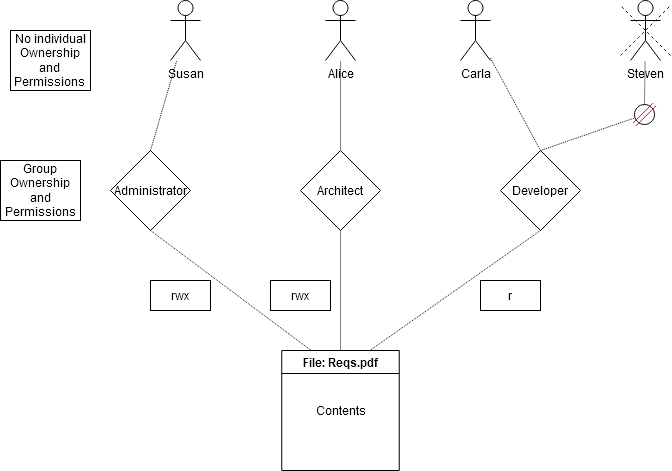
Before: Linux Filesystem test RBAC.png, a diagram exported from draw.io (Nobel-CS/RBAC_test). Source tidied: cells renumbered, new cells last; positions are measured from the earlier drawing's top-left corner, leaving out a move shared by most shapes.
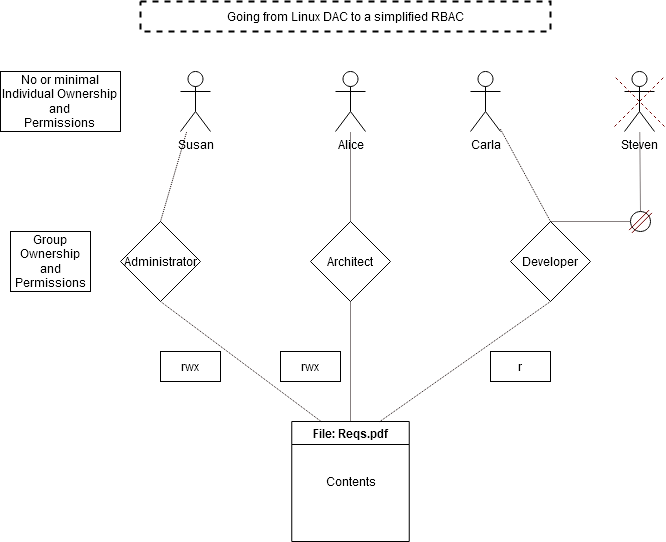
Later version of the same file.

The edit, as a diff of the source:
```diff
@@ -12,18 +12,18 @@
       <mxGeometry x="460" width="30" height="60" as="geometry" />
     </mxCell>
     <mxCell id="5" value="Steven" style="shape=umlActor;verticalLabelPosition=bottom;verticalAlign=top;html=1;outlineConnect=0;" parent="1" vertex="1">
-      <mxGeometry x="630" width="30" height="60" as="geometry" />
+      <mxGeometry x="614" width="30" height="60" as="geometry" />
     </mxCell>
     <mxCell id="6" style="endArrow=none;dashed=1;html=1;rounded=0;fillColor=#a20025;strokeColor=#6F0000;" parent="1" edge="1">
       <mxGeometry relative="1" as="geometry">
-        <mxPoint x="620" y="55" as="sourcePoint" />
-        <mxPoint x="670" y="5" as="targetPoint" />
+        <mxPoint x="604" y="55" as="sourcePoint" />
+        <mxPoint x="654" y="5" as="targetPoint" />
       </mxGeometry>
     </mxCell>
     <mxCell id="7" style="endArrow=none;dashed=1;html=1;rounded=0;fillColor=#a20025;strokeColor=#6F0000;" parent="1" edge="1">
       <mxGeometry relative="1" as="geometry">
-        <mxPoint x="670" y="55" as="sourcePoint" />
-        <mxPoint x="620" y="5" as="targetPoint" />
+        <mxPoint x="654" y="55" as="sourcePoint" />
+        <mxPoint x="604" y="5" as="targetPoint" />
       </mxGeometry>
     </mxCell>
     <mxCell id="8" value="File: Reqs.pdf" style="swimlane;whiteSpace=wrap;html=1;" parent="1" vertex="1">
@@ -63,15 +63,15 @@
       <mxGeometry relative="1" as="geometry" />
     </mxCell>
     <mxCell id="20" style="ellipse;whiteSpace=wrap;html=1;" parent="1" vertex="1">
-      <mxGeometry x="634" y="104" width="20" height="20" as="geometry" />
+      <mxGeometry x="620" y="140" width="20" height="20" as="geometry" />
     </mxCell>
     <mxCell id="21" style="edgeStyle=none;rounded=0;jettySize=auto;html=1;exitX=0.5;exitY=0;exitDx=0;exitDy=0;dashed=1;dashPattern=1 1;strokeColor=#0F0000;strokeWidth=1;endArrow=none;endFill=0;" parent="1" edge="1" source="18" target="20">
       <mxGeometry relative="1" as="geometry" />
     </mxCell>
-    <mxCell id="22" style="shape=link;endArrow=none;html=1;rounded=0;strokeColor=#FA0000;strokeWidth=1;endFill=0;" parent="1" edge="1">
+    <mxCell id="22" style="shape=link;endArrow=none;html=1;rounded=1;strokeColor=#6F0000;strokeWidth=1;endFill=0;fillColor=#a20025;sketch=0;" parent="1" edge="1">
       <mxGeometry relative="1" as="geometry">
-        <mxPoint x="634" y="124" as="sourcePoint" />
-        <mxPoint x="654" y="104" as="targetPoint" />
+        <mxPoint x="620" y="160" as="sourcePoint" />
+        <mxPoint x="640" y="140" as="targetPoint" />
       </mxGeometry>
     </mxCell>
     <mxCell id="23" value="rwx" style="text;html=1;strokeColor=default;fillColor=none;align=center;verticalAlign=middle;whiteSpace=wrap;rounded=0;" parent="1" vertex="1">
@@ -86,8 +86,11 @@
     <mxCell id="26" value="Group Ownership and Permissions" style="text;html=1;strokeColor=default;fillColor=none;align=center;verticalAlign=middle;whiteSpace=wrap;rounded=0;" parent="1" vertex="1">
       <mxGeometry y="160" width="80" height="60" as="geometry" />
     </mxCell>
-    <mxCell id="27" value="&lt;div&gt;No individual Ownership &lt;br&gt;&lt;/div&gt;&lt;div&gt;and &lt;br&gt;&lt;/div&gt;&lt;div&gt;Permissions&lt;br&gt;&lt;/div&gt;" style="text;html=1;strokeColor=default;fillColor=none;align=center;verticalAlign=middle;whiteSpace=wrap;rounded=0;" parent="1" vertex="1">
-      <mxGeometry x="10" y="30" width="80" height="60" as="geometry" />
+    <mxCell id="27" value="&lt;div&gt;No or minimal Individual Ownership &lt;br&gt;&lt;/div&gt;&lt;div&gt;and &lt;br&gt;&lt;/div&gt;&lt;div&gt;Permissions&lt;br&gt;&lt;/div&gt;" style="text;html=1;strokeColor=default;fillColor=none;align=center;verticalAlign=middle;whiteSpace=wrap;rounded=0;" parent="1" vertex="1">
+      <mxGeometry x="-10" width="120" height="60" as="geometry" />
     </mxCell>
+    <mxCell id="28" value="Going from Linux DAC to a simplified RBAC " style="text;html=1;strokeColor=default;fillColor=none;align=center;verticalAlign=middle;whiteSpace=wrap;rounded=0;dashed=1;strokeWidth=2;" parent="1" vertex="1">
+      <mxGeometry x="130" y="-70" width="410" height="30" as="geometry" />
+    </mxCell>
   </root>
 </mxGraphModel>
```
